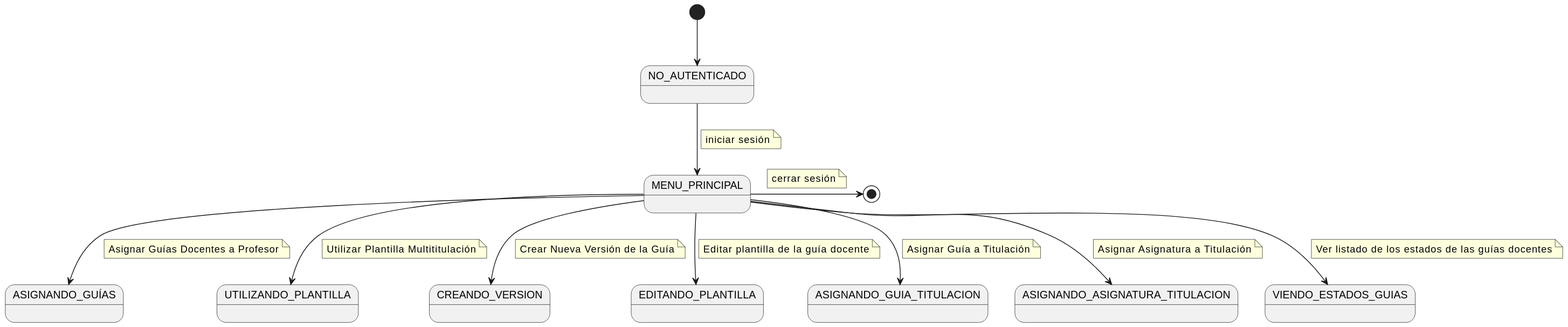
This is images/modelosUML/DiagramasContexto/DiagramaDeContextoTecnicoDeCalidad.svg from mmasias/24-25-IdSw1-SDR, a PlantUML export, as it was before one commit.
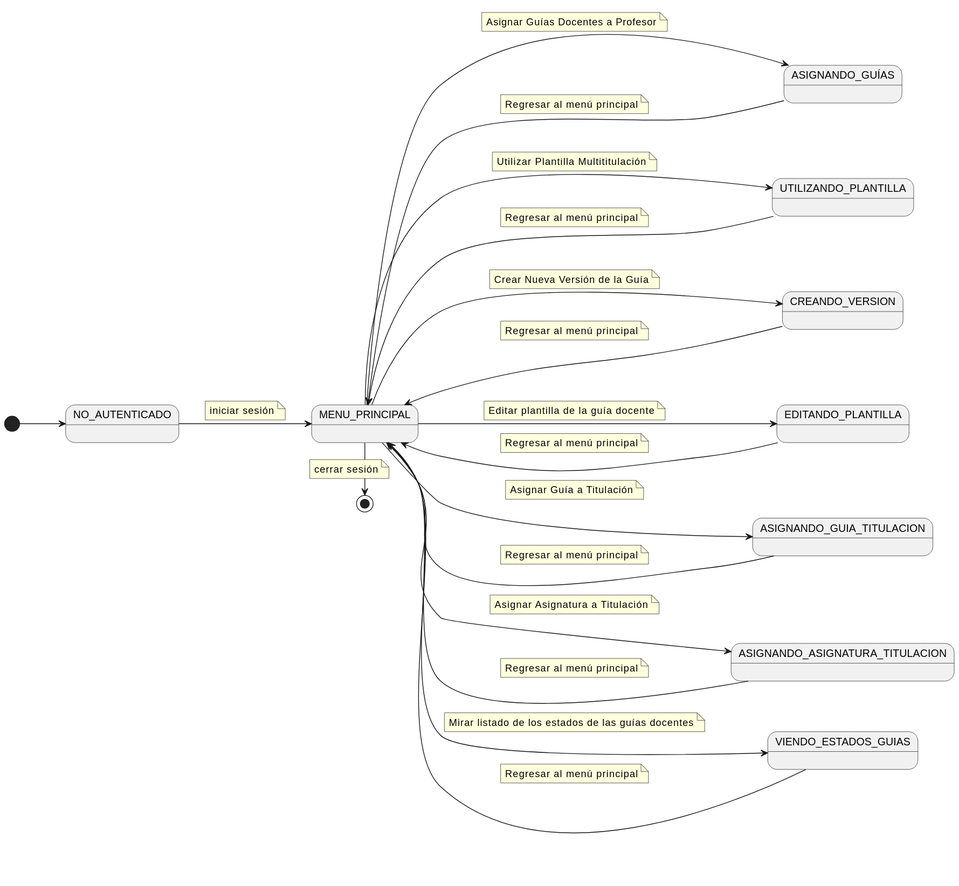
After the commit.

Commit message:
fix diagrama de contexto

Diff of the diagram source:
```diff
@@ -1,4 +1,5 @@
 @startuml
+left to right direction
 state "NO_AUTENTICADO" as NoAutenticado
 state "MENU_PRINCIPAL" as MenuPrincipal
 state "ASIGNANDO_GUÍAS" as AsignandoGuias
@@ -25,34 +26,62 @@
 note on link
     Asignar Guías Docentes a Profesor
 end note
+AsignandoGuias --> MenuPrincipal
+note on link
+    Regresar al menú principal
+end note
 
 MenuPrincipal --> UtilizandoPlantilla
 note on link
     Utilizar Plantilla Multititulación
+end note
+UtilizandoPlantilla --> MenuPrincipal
+note on link
+    Regresar al menú principal
 end note
 
 MenuPrincipal --> CreandoVersion
 note on link
     Crear Nueva Versión de la Guía
 end note
+CreandoVersion --> MenuPrincipal
+note on link
+    Regresar al menú principal
+end note
 
 MenuPrincipal --> EditandoPlantilla
 note on link
     Editar plantilla de la guía docente
+end note
+EditandoPlantilla --> MenuPrincipal
+note on link
+    Regresar al menú principal
 end note
 
 MenuPrincipal --> AsignandoGuiaTitulacion
 note on link
     Asignar Guía a Titulación
 end note
+AsignandoGuiaTitulacion --> MenuPrincipal
+note on link
+    Regresar al menú principal
+end note
 
 MenuPrincipal --> AsignandoAsignaturaTitulacion
 note on link
     Asignar Asignatura a Titulación
 end note
+AsignandoAsignaturaTitulacion --> MenuPrincipal
+note on link
+    Regresar al menú principal
+end note
 
 MenuPrincipal --> ViendoEstadosGuias
 note on link
-    Ver listado de los estados de las guías docentes
+    Mirar listado de los estados de las guías docentes
+end note
+ViendoEstadosGuias --> MenuPrincipal
+note on link
+    Regresar al menú principal
 end note
 @enduml
```
